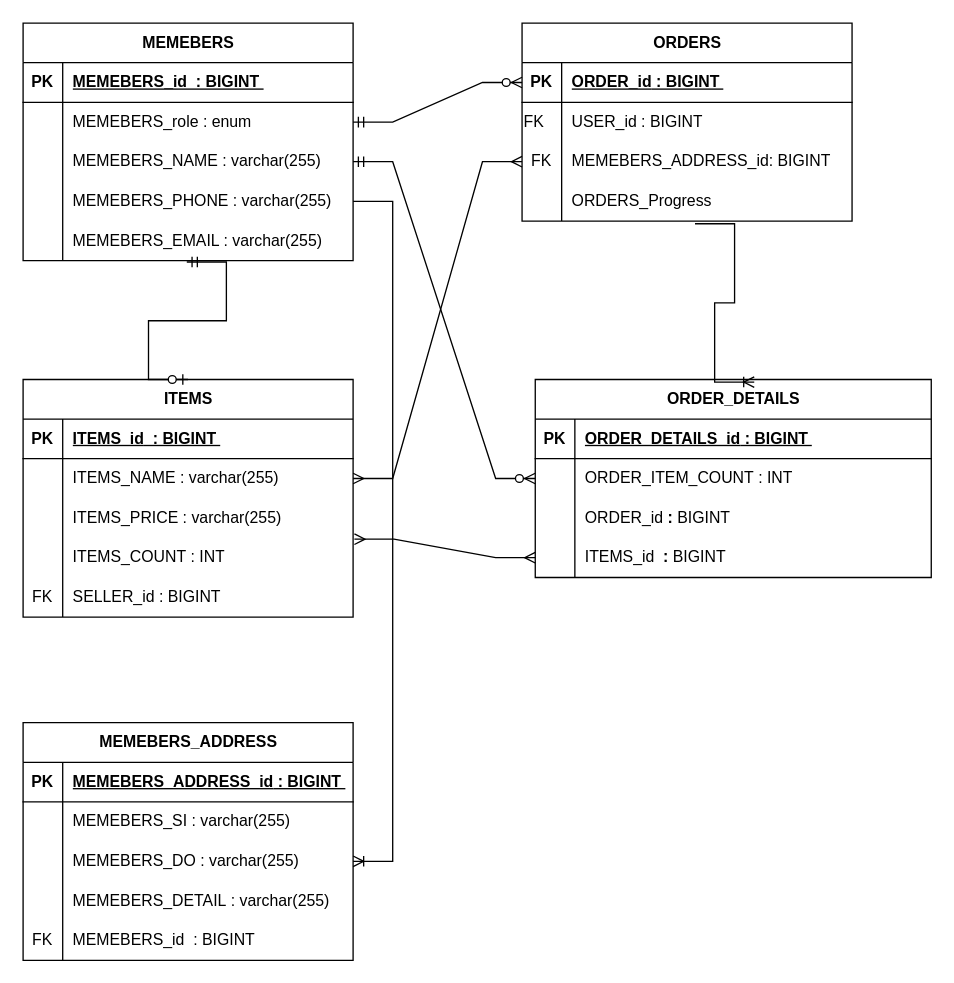
Before: page "페이지-2" (1 of 2) of mariaDB_systax/modeling/erd_board.drawio in GyeongNam/BootCamp, a draw.io diagram. Source tidied: cells renumbered, new cells numbered last; positions are measured from the earlier drawing's top-left corner, leaving out a move shared by most shapes. Both pictures are drawn from the tidied source at 132%, with x=0, y=0 at pixel (-20, 22).
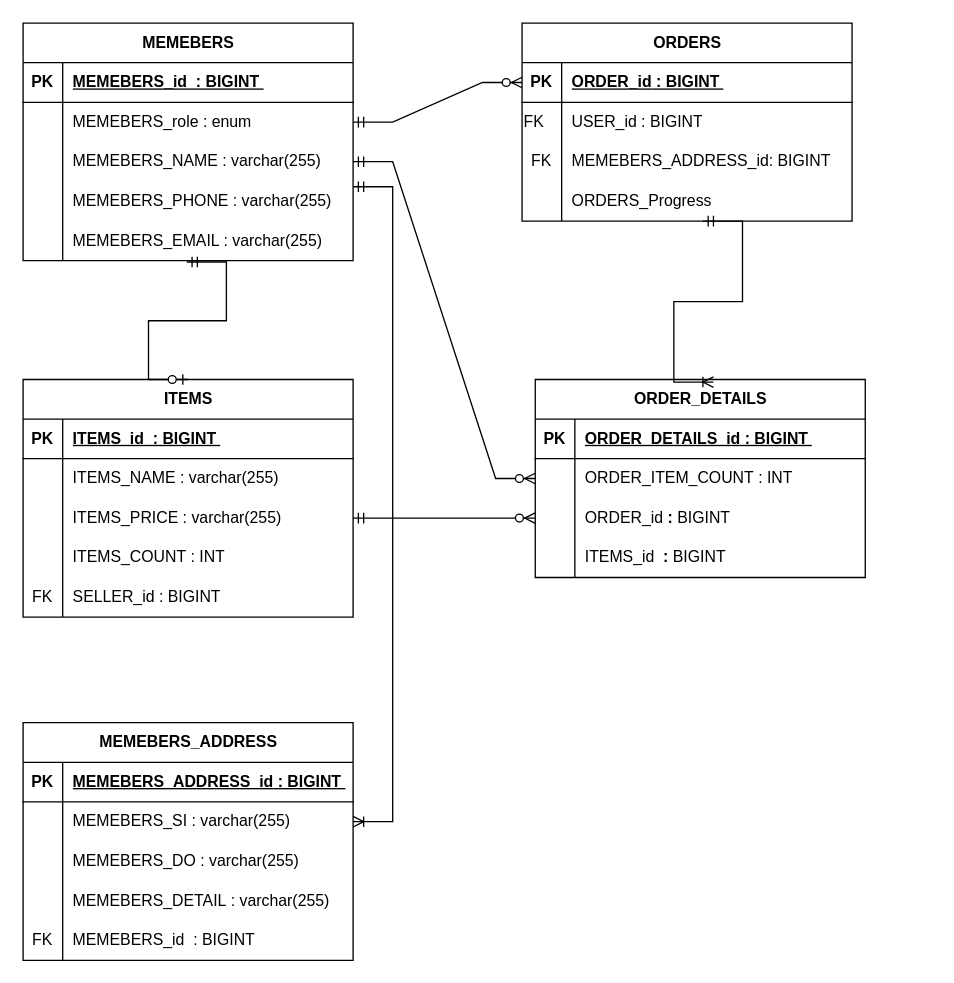
Above is the later version.

Unchanged cells that the change refers to:
```xml
<mxCell id="12" style="shape=tableRow;horizontal=0;startSize=0;swimlaneHead=0;swimlaneBody=0;fillColor=none;points=[[0,0.5],[1,0.5]];portConstraint=eastwest;top=0;left=0;right=0;bottom=0;" parent="2" vertex="1">
  <mxGeometry y="120" width="250" height="30" as="geometry" />
</mxCell>
<mxCell id="22" style="shape=tableRow;horizontal=0;startSize=0;swimlaneHead=0;swimlaneBody=0;fillColor=none;points=[[0,0.5],[1,0.5]];portConstraint=eastwest;top=0;left=0;right=0;bottom=0;" parent="18" vertex="1">
  <mxGeometry y="60" width="250" height="30" as="geometry" />
</mxCell>
<mxCell id="25" style="shape=tableRow;horizontal=0;startSize=0;swimlaneHead=0;swimlaneBody=0;fillColor=none;points=[[0,0.5],[1,0.5]];portConstraint=eastwest;top=0;left=0;right=0;bottom=0;" parent="18" vertex="1">
  <mxGeometry y="90" width="250" height="30" as="geometry" />
</mxCell>
<mxCell id="28" style="shape=tableRow;horizontal=0;startSize=0;swimlaneHead=0;swimlaneBody=0;fillColor=none;points=[[0,0.5],[1,0.5]];portConstraint=eastwest;top=0;left=0;right=0;bottom=0;" parent="18" vertex="1">
  <mxGeometry y="120" width="250" height="30" as="geometry" />
</mxCell>
<mxCell id="41" style="shape=tableRow;horizontal=0;startSize=0;swimlaneHead=0;swimlaneBody=0;fillColor=none;points=[[0,0.5],[1,0.5]];portConstraint=eastwest;top=0;left=0;right=0;bottom=0;" parent="34" vertex="1">
  <mxGeometry y="90" width="250" height="30" as="geometry" />
</mxCell>
<mxCell id="44" style="shape=tableRow;horizontal=0;startSize=0;swimlaneHead=0;swimlaneBody=0;fillColor=none;points=[[0,0.5],[1,0.5]];portConstraint=eastwest;top=0;left=0;right=0;bottom=0;" parent="34" vertex="1">
  <mxGeometry y="120" width="250" height="30" as="geometry" />
</mxCell>
<mxCell id="64" style="shape=tableRow;horizontal=0;startSize=0;swimlaneHead=0;swimlaneBody=0;fillColor=none;points=[[0,0.5],[1,0.5]];portConstraint=eastwest;top=0;left=0;right=0;bottom=0;" parent="60" vertex="1">
  <mxGeometry y="60" width="250" height="30" as="geometry" />
</mxCell>
<mxCell id="67" style="shape=tableRow;horizontal=0;startSize=0;swimlaneHead=0;swimlaneBody=0;fillColor=none;points=[[0,0.5],[1,0.5]];portConstraint=eastwest;top=0;left=0;right=0;bottom=0;" parent="60" vertex="1">
  <mxGeometry y="90" width="250" height="30" as="geometry" />
</mxCell>
```

What changed in the source:
```diff
@@
     <mxCell id="47" value="ORDER_DETAILS" style="shape=table;startSize=30;childLayout=tableLayout;rowLines=0;fontStyle=1;align=center;html=1;" parent="1" vertex="1">
-      <mxGeometry x="420" y="270" width="300" height="150" as="geometry" />
+      <mxGeometry x="420" y="270" width="250" height="150" as="geometry" />
     </mxCell>
     <mxCell id="48" style="shape=tableRow;horizontal=0;startSize=0;swimlaneHead=0;swimlaneBody=0;fillColor=none;top=0;left=0;right=0;bottom=1;" parent="47" vertex="1">
-      <mxGeometry y="30" width="300" height="30" as="geometry" />
+      <mxGeometry y="30" width="250" height="30" as="geometry" />
     </mxCell>
@@
     <mxCell id="50" value="ORDER_DETAILS_id&lt;span style=&quot;background-color: initial;&quot;&gt;&amp;nbsp;: BIGINT&amp;nbsp;&lt;/span&gt;" style="shape=partialRectangle;fillColor=none;top=0;left=0;bottom=0;right=0;align=left;spacingLeft=6;fontStyle=5;overflow=hidden;whiteSpace=wrap;html=1;" parent="48" vertex="1">
-      <mxGeometry x="30" width="270" height="30" as="geometry" />
+      <mxGeometry x="30" width="220" height="30" as="geometry" />
     </mxCell>
     <mxCell id="51" style="shape=tableRow;horizontal=0;startSize=0;swimlaneHead=0;swimlaneBody=0;fillColor=none;top=0;left=0;right=0;bottom=0;" parent="47" vertex="1">
-      <mxGeometry y="60" width="300" height="30" as="geometry" />
+      <mxGeometry y="60" width="250" height="30" as="geometry" />
     </mxCell>
@@
     <mxCell id="53" value="ORDER_ITEM_COUNT&amp;nbsp;: INT" style="shape=partialRectangle;fillColor=none;top=0;left=0;bottom=0;right=0;align=left;spacingLeft=6;overflow=hidden;whiteSpace=wrap;html=1;" parent="51" vertex="1">
-      <mxGeometry x="30" width="270" height="30" as="geometry" />
+      <mxGeometry x="30" width="220" height="30" as="geometry" />
     </mxCell>
     <mxCell id="54" style="shape=tableRow;horizontal=0;startSize=0;swimlaneHead=0;swimlaneBody=0;fillColor=none;points=[[0,0.5],[1,0.5]];portConstraint=eastwest;top=0;left=0;right=0;bottom=0;" parent="47" vertex="1">
-      <mxGeometry y="90" width="300" height="30" as="geometry" />
+      <mxGeometry y="90" width="250" height="30" as="geometry" />
     </mxCell>
@@
     <mxCell id="56" value="ORDER_id&lt;span style=&quot;border-color: var(--border-color); font-weight: 700; background-color: initial;&quot;&gt;&amp;nbsp;:&amp;nbsp;&lt;/span&gt;BIGINT&amp;nbsp;" style="shape=partialRectangle;fillColor=none;top=0;left=0;bottom=0;right=0;align=left;spacingLeft=6;overflow=hidden;whiteSpace=wrap;html=1;strokeColor=#FFFFFF;" parent="54" vertex="1">
-      <mxGeometry x="30" width="270" height="30" as="geometry" />
+      <mxGeometry x="30" width="220" height="30" as="geometry" />
     </mxCell>
     <mxCell id="57" style="shape=tableRow;horizontal=0;startSize=0;swimlaneHead=0;swimlaneBody=0;fillColor=none;points=[[0,0.5],[1,0.5]];portConstraint=eastwest;top=0;left=0;right=0;bottom=0;" parent="47" vertex="1">
-      <mxGeometry y="120" width="300" height="30" as="geometry" />
+      <mxGeometry y="120" width="250" height="30" as="geometry" />
     </mxCell>
@@
     <mxCell id="59" value="ITEMS_id&lt;span style=&quot;border-color: var(--border-color); font-weight: 700; background-color: initial;&quot;&gt;&amp;nbsp; :&amp;nbsp;&lt;/span&gt;BIGINT&amp;nbsp;" style="shape=partialRectangle;fillColor=none;top=0;left=0;bottom=0;right=0;align=left;spacingLeft=6;overflow=hidden;whiteSpace=wrap;html=1;" parent="57" vertex="1">
-      <mxGeometry x="30" width="270" height="30" as="geometry" />
+      <mxGeometry x="30" width="220" height="30" as="geometry" />
     </mxCell>
@@
-    <mxCell id="79" style="edgeStyle=entityRelationEdgeStyle;fontSize=12;html=1;endArrow=ERoneToMany;rounded=0;exitX=1;exitY=0.5;exitDx=0;exitDy=0;entryX=1;entryY=0.5;entryDx=0;entryDy=0;" parent="1" edge="1" source="12" target="67">
-      <mxGeometry relative="1" as="geometry" />
-    </mxCell>
-    <mxCell id="80" style="edgeStyle=entityRelationEdgeStyle;fontSize=12;html=1;endArrow=ERmany;startArrow=ERmany;rounded=0;entryX=0;entryY=0.5;entryDx=0;entryDy=0;exitX=1;exitY=0.5;exitDx=0;exitDy=0;" parent="1" edge="1" source="22" target="41">
-      <mxGeometry relative="1" as="geometry" />
-    </mxCell>
-    <mxCell id="81" style="edgeStyle=entityRelationEdgeStyle;fontSize=12;html=1;endArrow=ERmany;startArrow=ERmany;rounded=0;exitX=1.004;exitY=0.033;exitDx=0;exitDy=0;exitPerimeter=0;entryX=0;entryY=0.5;entryDx=0;entryDy=0;" parent="1" edge="1" source="28" target="57">
-      <mxGeometry relative="1" as="geometry" />
-    </mxCell>
+    <mxCell id="83" style="edgeStyle=entityRelationEdgeStyle;fontSize=12;html=1;endArrow=ERzeroToMany;startArrow=ERmandOne;rounded=0;exitX=1;exitY=0.5;exitDx=0;exitDy=0;entryX=0;entryY=0.5;entryDx=0;entryDy=0;" parent="1" edge="1" source="25" target="54">
+      <mxGeometry relative="1" as="geometry" />
+    </mxCell>
-    <mxCell id="82" style="edgeStyle=entityRelationEdgeStyle;fontSize=12;html=1;endArrow=ERoneToMany;rounded=0;exitX=0.524;exitY=1.067;exitDx=0;exitDy=0;exitPerimeter=0;entryX=0.553;entryY=0.013;entryDx=0;entryDy=0;entryPerimeter=0;" parent="1" edge="1" source="44" target="47">
-      <mxGeometry relative="1" as="geometry">
-        <Array as="points">
-          <mxPoint x="690" y="170" />
-        </Array>
-      </mxGeometry>
+    <mxCell id="82" style="edgeStyle=entityRelationEdgeStyle;fontSize=12;html=1;endArrow=ERoneToMany;startArrow=ERmandOne;rounded=0;exitX=0.548;exitY=1;exitDx=0;exitDy=0;exitPerimeter=0;entryX=0.54;entryY=0.013;entryDx=0;entryDy=0;entryPerimeter=0;" parent="1" edge="1" source="44" target="47">
+      <mxGeometry relative="1" as="geometry" />
     </mxCell>
+    <mxCell id="84" style="edgeStyle=entityRelationEdgeStyle;fontSize=12;html=1;endArrow=ERoneToMany;startArrow=ERmandOne;rounded=0;exitX=1;exitY=0.133;exitDx=0;exitDy=0;exitPerimeter=0;entryX=1;entryY=0.5;entryDx=0;entryDy=0;" parent="1" edge="1" source="12" target="64">
+      <mxGeometry relative="1" as="geometry" />
+    </mxCell>
```
